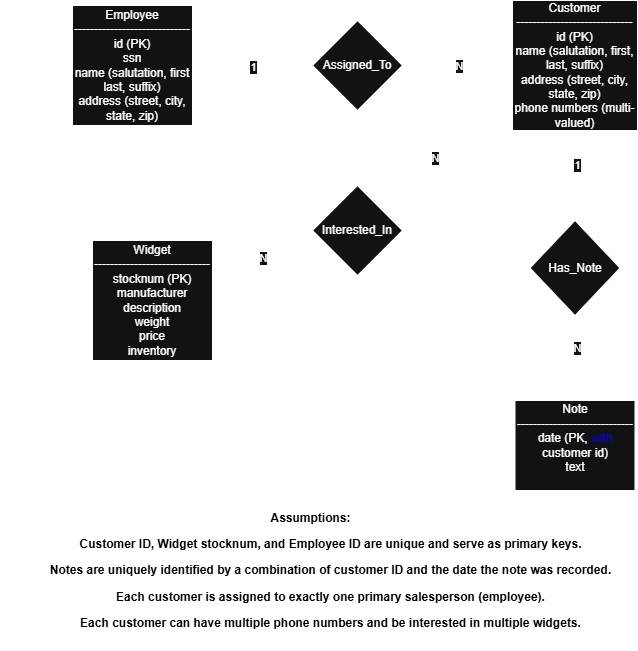
The draw.io diagram ER_Diagram/ContactManagement.drawio.png in emd5953/Contact_Management_System, before a commit. Source tidied: cells renumbered, new cells last; positions are measured from the earlier drawing's top-left corner, leaving out a move shared by most shapes.
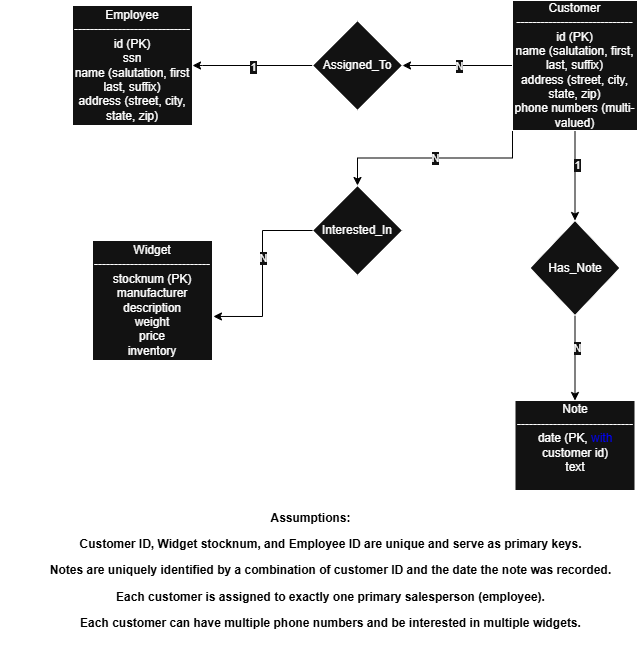
Above is the later version.

Change to the diagram source:
```diff
@@ -8,13 +8,13 @@
     <mxCell id="3" value="Note&lt;br&gt;-----------------------------&lt;br&gt;date (PK, &lt;font style=&quot;color: light-dark(rgb(0, 0, 0), rgb(0, 0, 255));&quot;&gt;with &lt;/font&gt;customer id)&lt;br&gt;text&lt;br&gt;&lt;div&gt;&lt;br&gt;&lt;/div&gt;" style="rounded=0;whiteSpace=wrap;html=1;" parent="1" vertex="1">
       <mxGeometry x="514.5" y="400" width="120" height="90" as="geometry" />
     </mxCell>
-    <mxCell id="4" style="edgeStyle=orthogonalEdgeStyle;rounded=0;jettySize=auto;html=1;entryX=1;entryY=0.5;entryDx=0;entryDy=0;" parent="1" edge="1" source="10" target="15">
+    <mxCell id="4" style="edgeStyle=orthogonalEdgeStyle;rounded=0;jettySize=auto;html=1;entryX=1;entryY=0.5;entryDx=0;entryDy=0;strokeColor=light-dark(#000000,#000000);" parent="1" edge="1" source="10" target="15">
       <mxGeometry relative="1" as="geometry" />
     </mxCell>
     <mxCell id="5" value="N" style="edgeLabel;html=1;align=center;verticalAlign=middle;" parent="4" vertex="1">
       <mxGeometry x="-0.02" relative="1" as="geometry" />
     </mxCell>
-    <mxCell id="6" style="edgeStyle=orthogonalEdgeStyle;rounded=0;jettySize=auto;html=1;exitX=0;exitY=1;exitDx=0;exitDy=0;" parent="1" edge="1" source="10" target="12">
+    <mxCell id="6" style="edgeStyle=orthogonalEdgeStyle;rounded=0;jettySize=auto;html=1;exitX=0;exitY=1;exitDx=0;exitDy=0;strokeColor=light-dark(#000000,#010101);" parent="1" edge="1" source="10" target="12">
       <mxGeometry relative="1" as="geometry" />
     </mxCell>
     <mxCell id="7" value="N" style="edgeLabel;html=1;align=center;verticalAlign=middle;" parent="6" vertex="1">
@@ -22,7 +22,7 @@
         <mxPoint x="1" as="offset" />
       </mxGeometry>
     </mxCell>
-    <mxCell id="8" style="edgeStyle=orthogonalEdgeStyle;rounded=0;jettySize=auto;html=1;exitX=0.5;exitY=1;exitDx=0;exitDy=0;entryX=0.5;entryY=0;entryDx=0;entryDy=0;" parent="1" edge="1" source="10" target="18">
+    <mxCell id="8" style="edgeStyle=orthogonalEdgeStyle;rounded=0;jettySize=auto;html=1;exitX=0.5;exitY=1;exitDx=0;exitDy=0;entryX=0.5;entryY=0;entryDx=0;entryDy=0;strokeColor=light-dark(#000000,#000000);" parent="1" edge="1" source="10" target="18">
       <mxGeometry relative="1" as="geometry" />
     </mxCell>
     <mxCell id="9" value="1" style="edgeLabel;html=1;align=center;verticalAlign=middle;" parent="8" vertex="1">
@@ -37,7 +37,7 @@
     <mxCell id="12" value="Interested_In" style="rhombus;whiteSpace=wrap;html=1;" parent="1" vertex="1">
       <mxGeometry x="312" y="185" width="90" height="90" as="geometry" />
     </mxCell>
-    <mxCell id="13" style="edgeStyle=orthogonalEdgeStyle;rounded=0;jettySize=auto;html=1;exitX=0;exitY=0.5;exitDx=0;exitDy=0;entryX=1;entryY=0.5;entryDx=0;entryDy=0;" parent="1" edge="1" source="15" target="11">
+    <mxCell id="13" style="edgeStyle=orthogonalEdgeStyle;rounded=0;jettySize=auto;html=1;exitX=0;exitY=0.5;exitDx=0;exitDy=0;entryX=1;entryY=0.5;entryDx=0;entryDy=0;strokeColor=light-dark(#000000,#000000);" parent="1" edge="1" source="15" target="11">
       <mxGeometry relative="1" as="geometry">
         <Array as="points">
           <mxPoint x="202" y="65" />
@@ -50,7 +50,7 @@
     <mxCell id="15" value="Assigned_To" style="rhombus;whiteSpace=wrap;html=1;" parent="1" vertex="1">
       <mxGeometry x="312" y="20" width="90" height="90" as="geometry" />
     </mxCell>
-    <mxCell id="16" style="edgeStyle=orthogonalEdgeStyle;rounded=0;jettySize=auto;html=1;" parent="1" edge="1" source="18" target="3">
+    <mxCell id="16" style="edgeStyle=orthogonalEdgeStyle;rounded=0;jettySize=auto;html=1;strokeColor=light-dark(#000000,#000000);" parent="1" edge="1" source="18" target="3">
       <mxGeometry relative="1" as="geometry" />
     </mxCell>
     <mxCell id="17" value="N" style="edgeLabel;html=1;align=center;verticalAlign=middle;" parent="16" vertex="1">
@@ -59,7 +59,7 @@
     <mxCell id="18" value="Has_Note" style="rhombus;whiteSpace=wrap;html=1;" parent="1" vertex="1">
       <mxGeometry x="529.5" y="220" width="90" height="95" as="geometry" />
     </mxCell>
-    <mxCell id="19" style="edgeStyle=orthogonalEdgeStyle;rounded=0;jettySize=auto;html=1;entryX=1.008;entryY=0.633;entryDx=0;entryDy=0;entryPerimeter=0;" parent="1" edge="1" source="12" target="2">
+    <mxCell id="19" style="edgeStyle=orthogonalEdgeStyle;rounded=0;jettySize=auto;html=1;entryX=1.008;entryY=0.633;entryDx=0;entryDy=0;entryPerimeter=0;strokeColor=light-dark(#000000,#000000);" parent="1" edge="1" source="12" target="2">
       <mxGeometry relative="1" as="geometry" />
     </mxCell>
     <mxCell id="20" value="N" style="edgeLabel;html=1;align=center;verticalAlign=middle;" parent="19" vertex="1">
```
